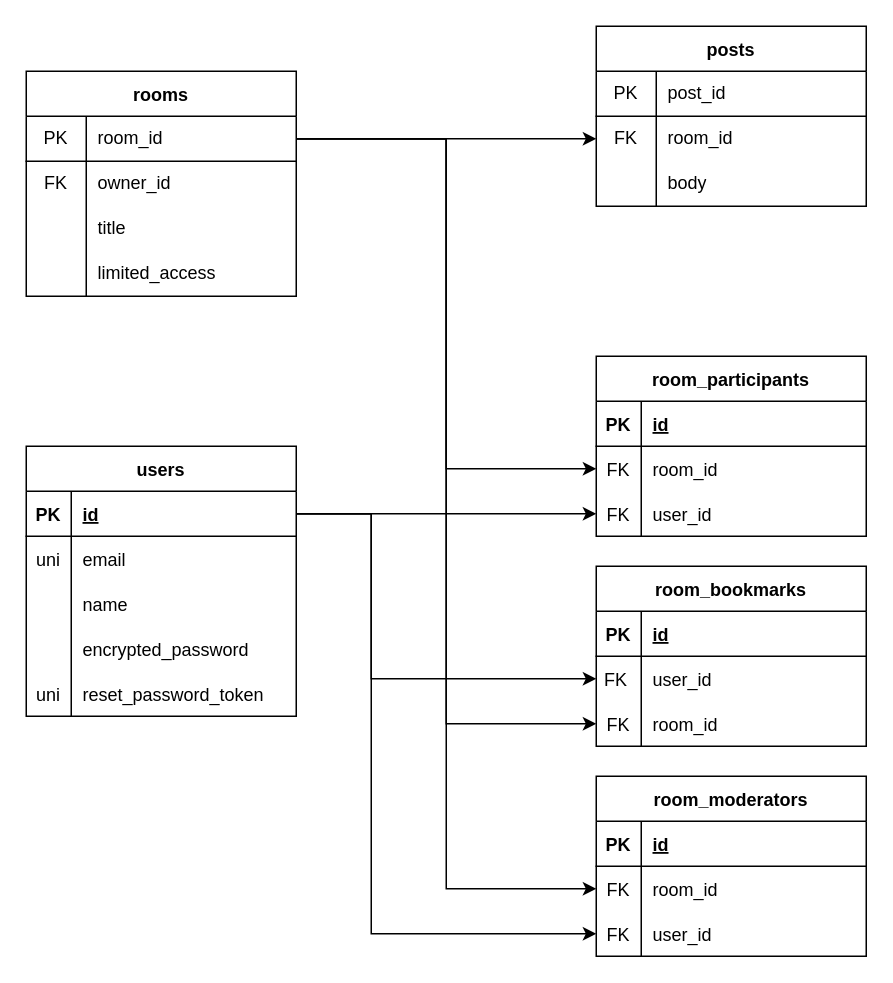
The draw.io diagram EntryRelation.drawio in Terufuji3/ANONIM, before the edit. Source tidied: cells renumbered, new cells numbered last; positions are measured from the earlier drawing's top-left corner, leaving out a move shared by most shapes. Both pictures are drawn from the tidied source at 150%, with x=0, y=0 at pixel (10, 26).
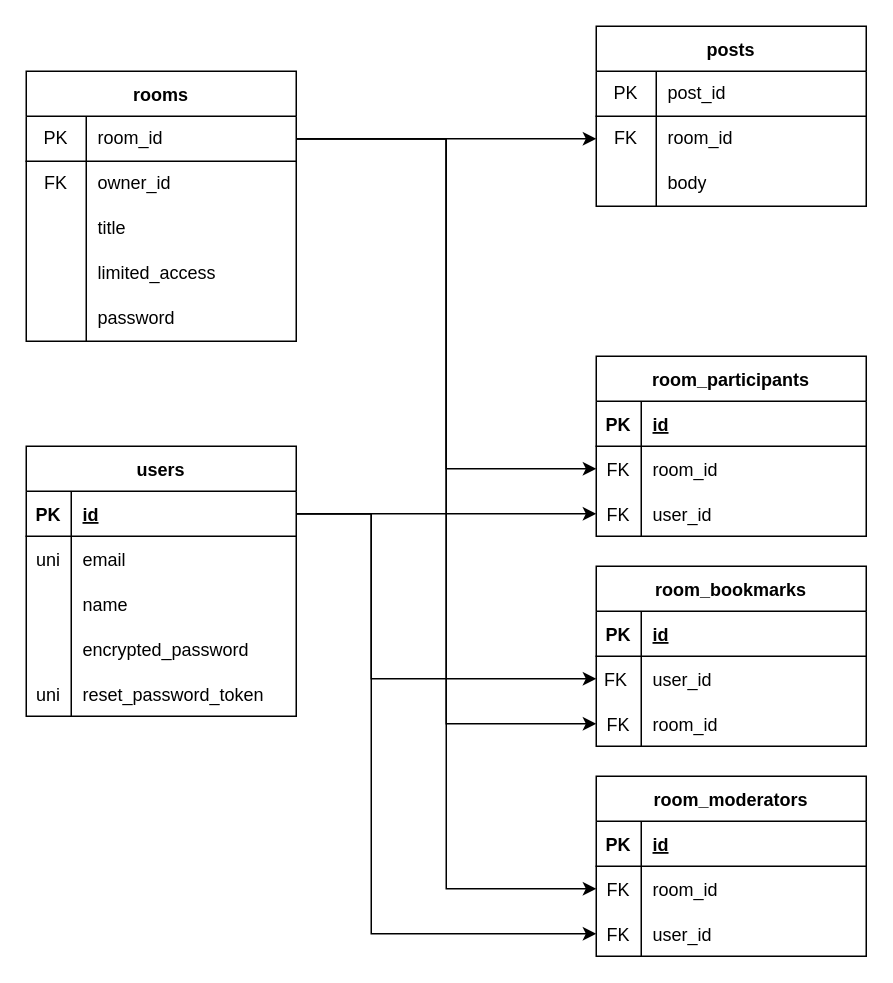
The same page after the edit.

Commit message:
EntryRelation.drawio を更新します

The edit, as a diff of the source:
```diff
@@
     <mxCell id="2" value="rooms" style="shape=table;startSize=30;childLayout=tableLayout;rowLines=0;fontStyle=1;align=center;" parent="1" vertex="1">
-      <mxGeometry x="10" y="30" width="180" height="150" as="geometry" />
+      <mxGeometry x="10" y="30" width="180" height="180" as="geometry" />
     </mxCell>
@@
+    <mxCell id="79" style="shape=partialRectangle;html=1;whiteSpace=wrap;fillColor=none;top=0;left=0;bottom=0;right=0;" parent="2" vertex="1">
+      <mxGeometry y="150" width="180" height="30" as="geometry" />
+    </mxCell>
+    <mxCell id="80" style="shape=partialRectangle;html=1;whiteSpace=wrap;fillColor=none;top=0;left=0;bottom=0;right=0;overflow=hidden;" parent="79" vertex="1">
+      <mxGeometry width="40" height="30" as="geometry" />
+    </mxCell>
+    <mxCell id="81" value="password" style="shape=partialRectangle;html=1;whiteSpace=wrap;fillColor=none;top=0;left=0;bottom=0;right=0;align=left;spacingLeft=6;overflow=hidden;" parent="79" vertex="1">
+      <mxGeometry x="40" width="140" height="30" as="geometry" />
+    </mxCell>
```
